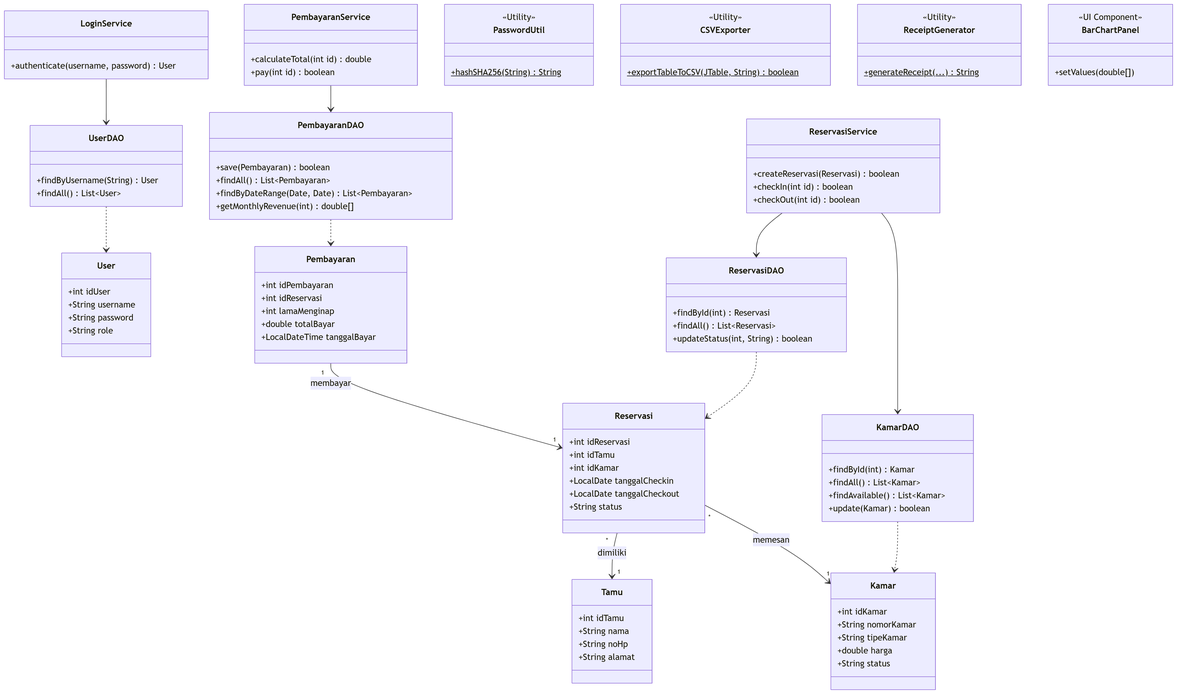
Before: UML_Diagrams/class.png, a diagram exported from Mermaid (Rynfrl/HotelReservation). Its source is kept beside it as UML_Diagrams/class.mmd. The source it was exported from:
```mermaid
classDiagram
    class User {
        +int idUser
        +String username
        +String password
        +String role
    }
    class Kamar {
        +int idKamar
        +String nomorKamar
        +String tipeKamar
        +double harga
        +String status
    }
    class Tamu {
        +int idTamu
        +String nama
        +String noHp
        +String alamat
    }
    class Reservasi {
        +int idReservasi
        +int idTamu
        +int idKamar
        +LocalDate tanggalCheckin
        +LocalDate tanggalCheckout
        +String status
    }
    class Pembayaran {
        +int idPembayaran
        +int idReservasi
        +int lamaMenginap
        +double totalBayar
        +LocalDateTime tanggalBayar
    }

    Reservasi "*" --> "1" Tamu : dimiliki
    Reservasi "*" --> "1" Kamar : memesan
    Pembayaran "1" --> "1" Reservasi : membayar

    class UserDAO {
        +findByUsername(String) User
        +findAll() List~User~
    }
    class KamarDAO {
        +findById(int) Kamar
        +findAll() List~Kamar~
        +findAvailable() List~Kamar~
        +update(Kamar) boolean
    }
    class ReservasiDAO {
        +findById(int) Reservasi
        +findAll() List~Reservasi~
        +updateStatus(int, String) boolean
    }
    class PembayaranDAO {
        +save(Pembayaran) boolean
        +findAll() List~Pembayaran~
        +findByDateRange(Date, Date) List~Pembayaran~
        +getMonthlyRevenue(int) double[]
    }

    UserDAO ..> User
    KamarDAO ..> Kamar
    ReservasiDAO ..> Reservasi
    PembayaranDAO ..> Pembayaran

    class LoginService {
        +authenticate(username, password) User
    }
    class ReservasiService {
        +createReservasi(Reservasi) boolean
        +checkIn(int id) boolean
        +checkOut(int id) boolean
    }
    class PembayaranService {
        +calculateTotal(int id) double
        +pay(int id) boolean
    }

    LoginService --> UserDAO
    ReservasiService --> ReservasiDAO
    ReservasiService --> KamarDAO
    PembayaranService --> PembayaranDAO

    class PasswordUtil {
        <<Utility>>
        +hashSHA256(String) String$
    }
    class CSVExporter {
        <<Utility>>
        +exportTableToCSV(JTable, String) boolean$
    }
    class ReceiptGenerator {
        <<Utility>>
        +generateReceipt(...) String$
    }

    class BarChartPanel {
        <<UI Component>>
        +setValues(double[])
    }
```
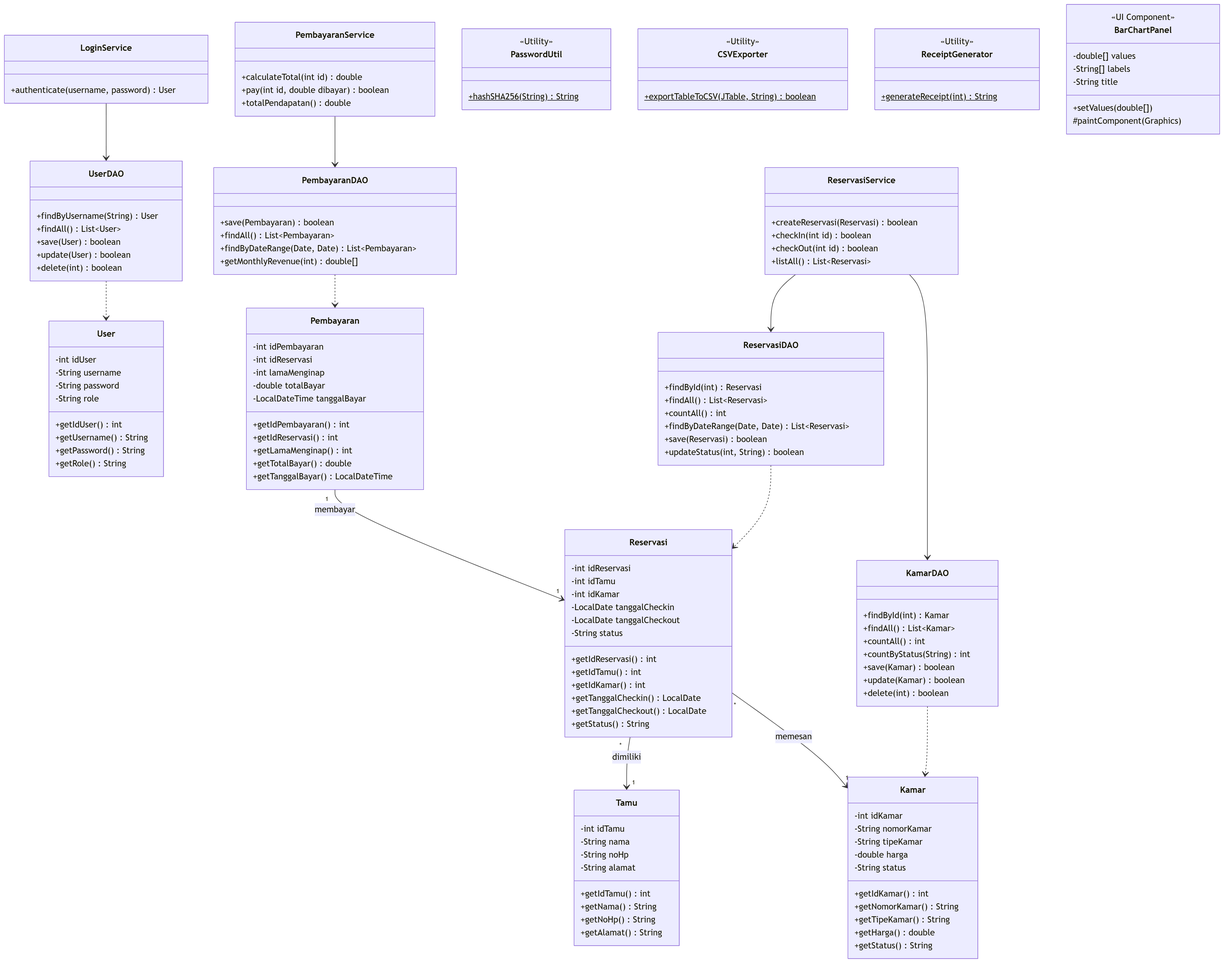
After the commit.

Change to the diagram source:
```diff
@@ -1,37 +1,61 @@
 classDiagram
     class User {
-        +int idUser
-        +String username
-        +String password
-        +String role
+        -int idUser
+        -String username
+        -String password
+        -String role
+        +getIdUser() int
+        +getUsername() String
+        +getPassword() String
+        +getRole() String
     }
     class Kamar {
-        +int idKamar
-        +String nomorKamar
-        +String tipeKamar
-        +double harga
-        +String status
+        -int idKamar
+        -String nomorKamar
+        -String tipeKamar
+        -double harga
+        -String status
+        +getIdKamar() int
+        +getNomorKamar() String
+        +getTipeKamar() String
+        +getHarga() double
+        +getStatus() String
     }
     class Tamu {
-        +int idTamu
-        +String nama
-        +String noHp
-        +String alamat
+        -int idTamu
+        -String nama
+        -String noHp
+        -String alamat
+        +getIdTamu() int
+        +getNama() String
+        +getNoHp() String
+        +getAlamat() String
     }
     class Reservasi {
-        +int idReservasi
-        +int idTamu
-        +int idKamar
-        +LocalDate tanggalCheckin
-        +LocalDate tanggalCheckout
-        +String status
+        -int idReservasi
+        -int idTamu
+        -int idKamar
+        -LocalDate tanggalCheckin
+        -LocalDate tanggalCheckout
+        -String status
+        +getIdReservasi() int
+        +getIdTamu() int
+        +getIdKamar() int
+        +getTanggalCheckin() LocalDate
+        +getTanggalCheckout() LocalDate
+        +getStatus() String
     }
     class Pembayaran {
-        +int idPembayaran
-        +int idReservasi
-        +int lamaMenginap
-        +double totalBayar
-        +LocalDateTime tanggalBayar
+        -int idPembayaran
+        -int idReservasi
+        -int lamaMenginap
+        -double totalBayar
+        -LocalDateTime tanggalBayar
+        +getIdPembayaran() int
+        +getIdReservasi() int
+        +getLamaMenginap() int
+        +getTotalBayar() double
+        +getTanggalBayar() LocalDateTime
     }
 
     Reservasi "*" --> "1" Tamu : dimiliki
@@ -41,16 +65,25 @@
     class UserDAO {
         +findByUsername(String) User
         +findAll() List~User~
+        +save(User) boolean
+        +update(User) boolean
+        +delete(int) boolean
     }
     class KamarDAO {
         +findById(int) Kamar
         +findAll() List~Kamar~
-        +findAvailable() List~Kamar~
+        +countAll() int
+        +countByStatus(String) int
+        +save(Kamar) boolean
         +update(Kamar) boolean
+        +delete(int) boolean
     }
     class ReservasiDAO {
         +findById(int) Reservasi
         +findAll() List~Reservasi~
+        +countAll() int
+        +findByDateRange(Date, Date) List~Reservasi~
+        +save(Reservasi) boolean
         +updateStatus(int, String) boolean
     }
     class PembayaranDAO {
@@ -72,10 +105,12 @@
         +createReservasi(Reservasi) boolean
         +checkIn(int id) boolean
         +checkOut(int id) boolean
+        +listAll() List~Reservasi~
     }
     class PembayaranService {
         +calculateTotal(int id) double
-        +pay(int id) boolean
+        +pay(int id, double dibayar) boolean
+        +totalPendapatan() double
     }
 
     LoginService --> UserDAO
@@ -85,18 +120,22 @@
 
     class PasswordUtil {
         <<Utility>>
-        +hashSHA256(String) String$
+        +hashSHA256(String)$ String
     }
     class CSVExporter {
         <<Utility>>
-        +exportTableToCSV(JTable, String) boolean$
+        +exportTableToCSV(JTable, String)$ boolean
     }
     class ReceiptGenerator {
         <<Utility>>
-        +generateReceipt(...) String$
+        +generateReceipt(int)$ String
     }
 
     class BarChartPanel {
         <<UI Component>>
+        -double[] values
+        -String[] labels
+        -String title
         +setValues(double[])
+        #paintComponent(Graphics)
     }
```
